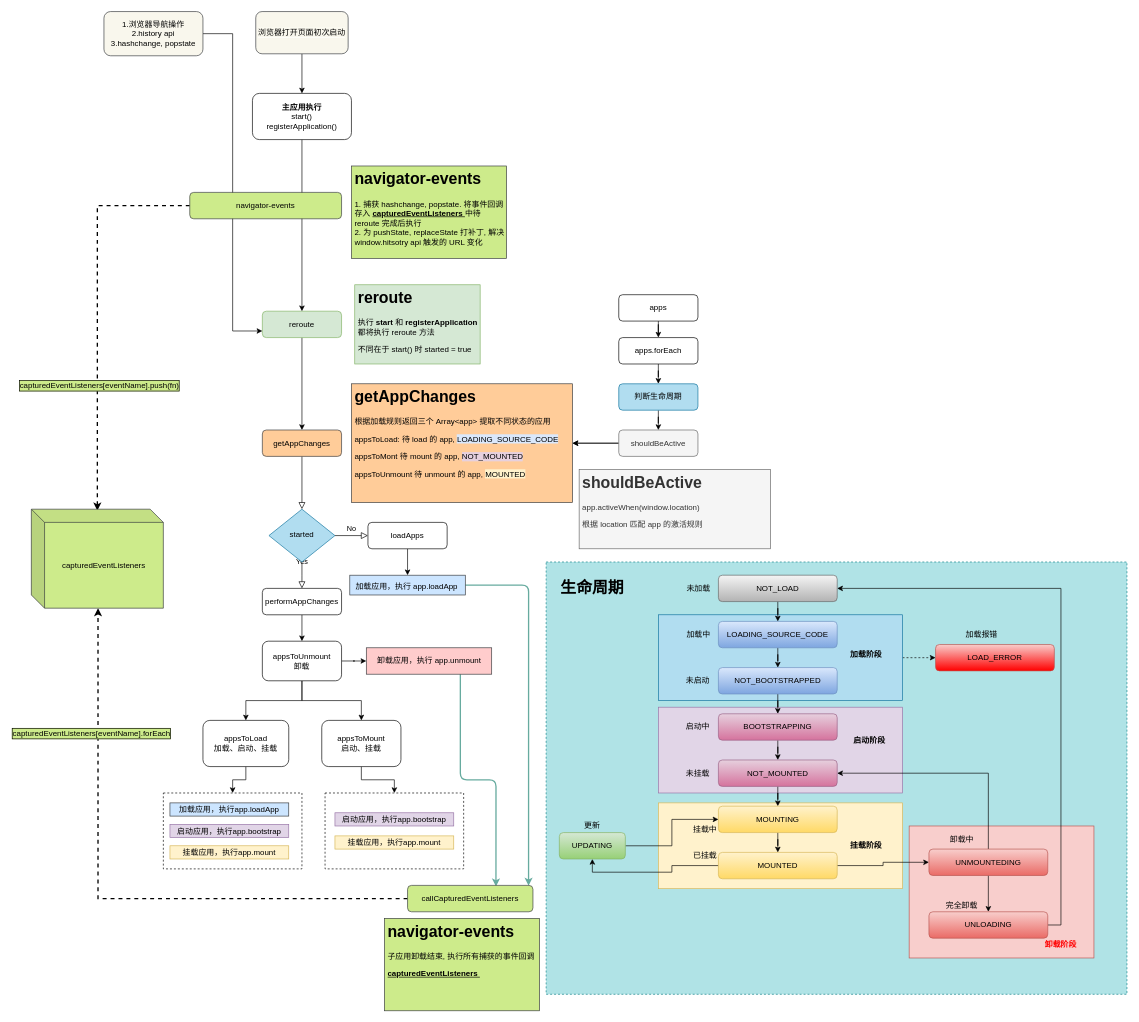
The draw.io diagram rerouter.drawio in sfyr111/draw, before the edit. Source tidied: cells renumbered, new cells numbered last; positions are measured from the earlier drawing's top-left corner, leaving out a move shared by most shapes. Both pictures are drawn from the tidied source at 66%, with x=0, y=0 at pixel (31, 11).
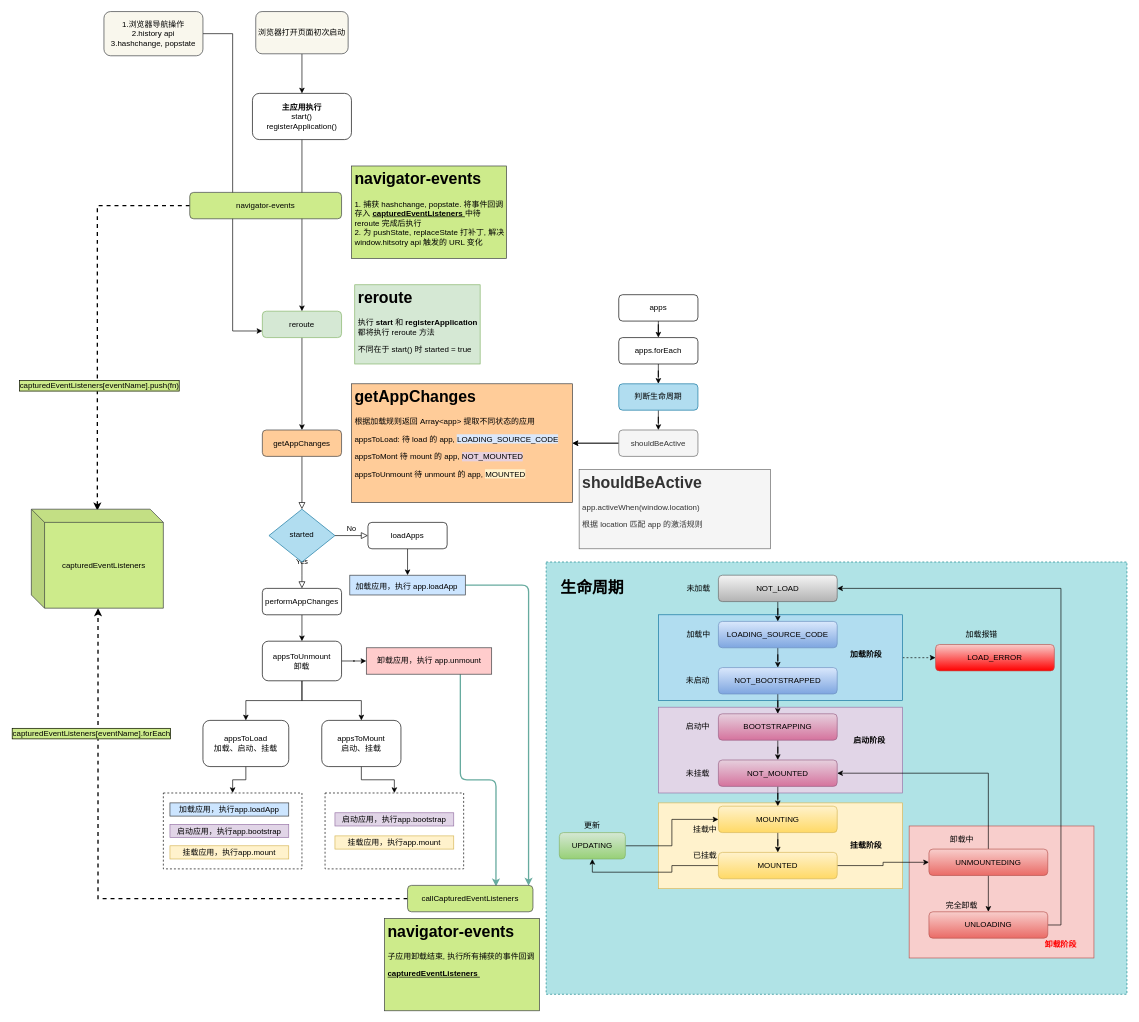
The same page after the edit.

Change to the diagram source:
```diff
@@
-    <mxCell id="17" value="&lt;h1&gt;getAppChanges&lt;/h1&gt;&lt;p&gt;根据加载规则返回三个 Array&amp;lt;app&amp;gt; 提取不同状态的应用&lt;/p&gt;&lt;p&gt;appsToLoad: 待 load 的 app, &lt;span style=&quot;background-color: rgb(218 , 232 , 252)&quot;&gt;LOADING_SOURCE_CODE&lt;/span&gt;&lt;/p&gt;&lt;p&gt;appsToMont 待 mount 的 app, &lt;span style=&quot;background-color: rgb(230 , 208 , 222)&quot;&gt;NOT_MOUNTED&lt;/span&gt;&lt;/p&gt;&lt;p&gt;appsToUnmount 待 unmount 的 app, &lt;span style=&quot;background-color: rgb(255 , 242 , 204)&quot;&gt;MOUNTED&lt;/span&gt;&lt;/p&gt;&lt;p&gt;&lt;br&gt;&lt;/p&gt;" style="text;html=1;strokeColor=#36393d;fillColor=#ffcc99;spacing=5;spacingTop=-20;whiteSpace=wrap;overflow=hidden;rounded=0;" parent="1" vertex="1">
+    <mxCell id="17" value="&lt;h1&gt;getAppChanges&lt;/h1&gt;&lt;p&gt;根据加载规则返回 Array&amp;lt;app&amp;gt; 提取不同状态的应用&lt;/p&gt;&lt;p&gt;appsToLoad: 待 load 的 app, &lt;span style=&quot;background-color: rgb(218 , 232 , 252)&quot;&gt;LOADING_SOURCE_CODE&lt;/span&gt;&lt;/p&gt;&lt;p&gt;appsToMont 待 mount 的 app, &lt;span style=&quot;background-color: rgb(230 , 208 , 222)&quot;&gt;NOT_MOUNTED&lt;/span&gt;&lt;/p&gt;&lt;p&gt;appsToUnmount 待 unmount 的 app, &lt;span style=&quot;background-color: rgb(255 , 242 , 204)&quot;&gt;MOUNTED&lt;/span&gt;&lt;/p&gt;&lt;p&gt;&lt;br&gt;&lt;/p&gt;" style="text;html=1;strokeColor=#36393d;fillColor=#ffcc99;spacing=5;spacingTop=-20;whiteSpace=wrap;overflow=hidden;rounded=0;" parent="1" vertex="1">
       <mxGeometry x="485" y="564" width="335" height="180" as="geometry" />
     </mxCell>
```
